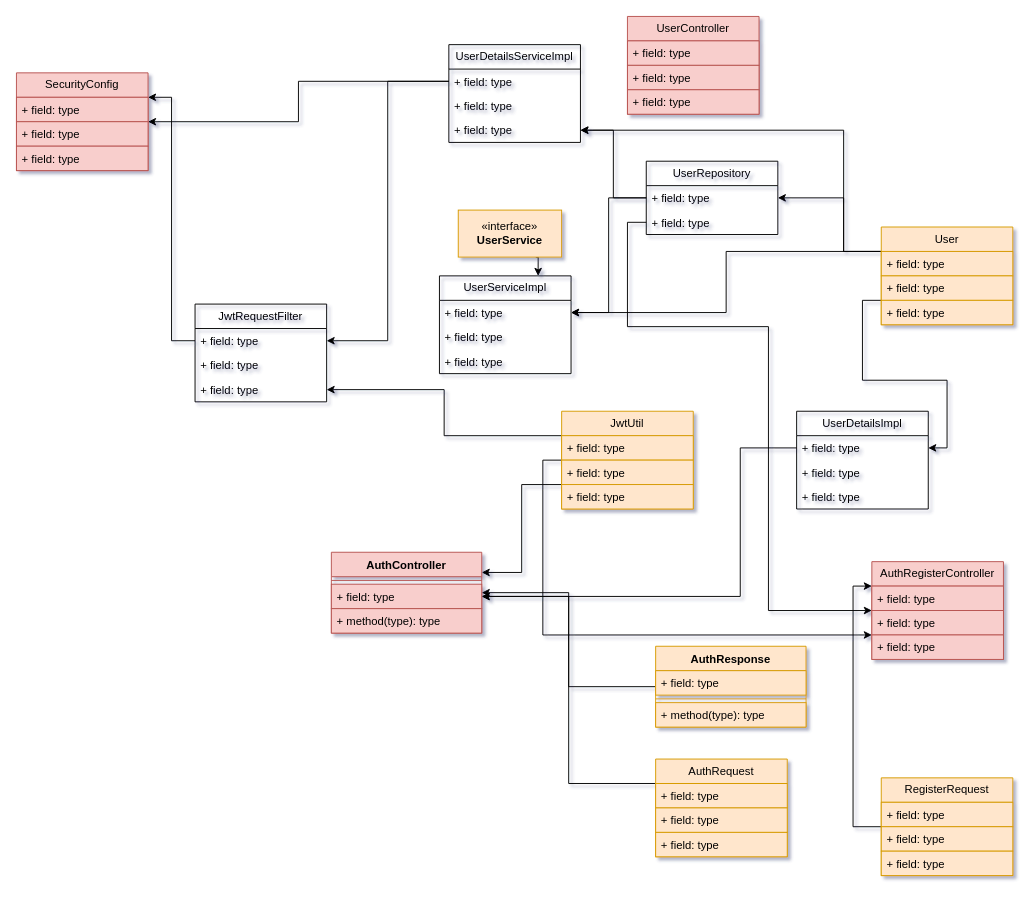
This is login-register-backend.drawio from andrechamelete/flow-management, a draw.io file, before an edit. Source tidied: cells renumbered, new cells numbered last; positions are measured from the earlier drawing's top-left corner, leaving out a move shared by most shapes. Both pictures are drawn from the tidied source at 94%, with x=0, y=0 at pixel (16, 16).
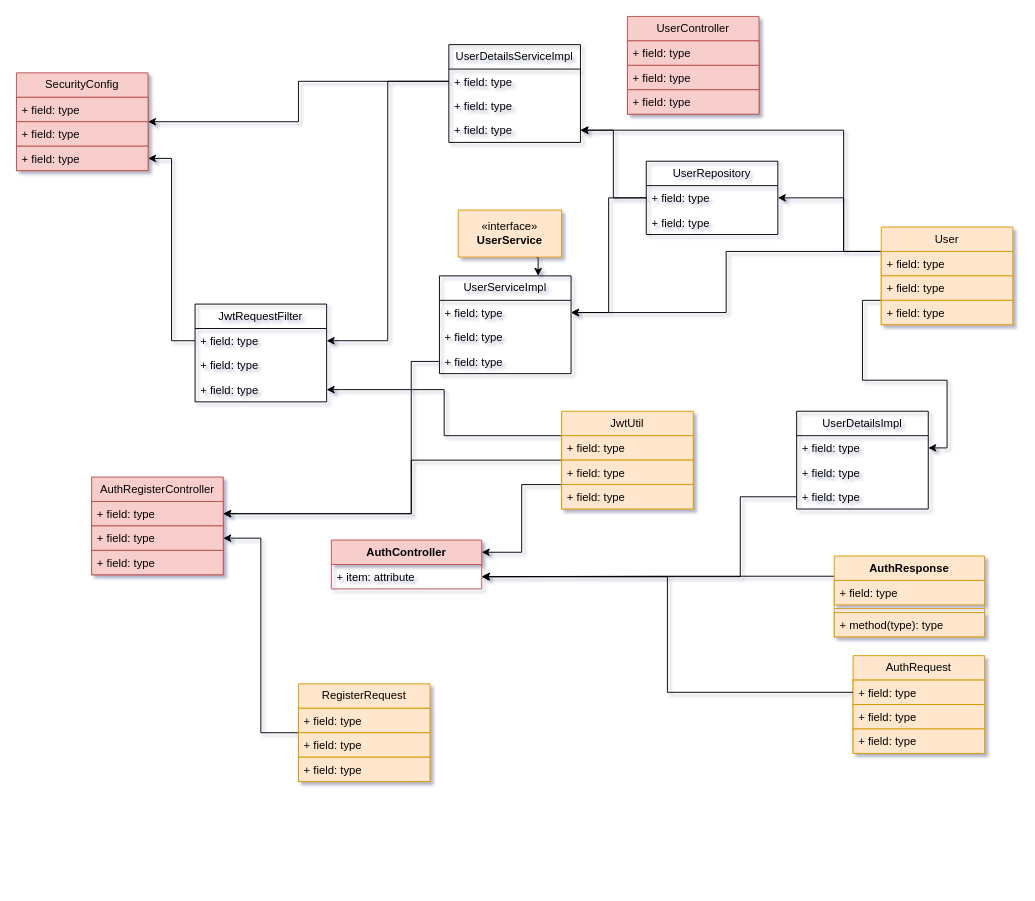
Above is the later version.

Commit message:
API schema

The change refers to these unchanged cells:
```xml
<mxCell id="6" value="SecurityConfig" style="swimlane;fontStyle=0;horizontal=1;startSize=26;fillColor=#f8cecc;whiteSpace=wrap;html=1;strokeColor=#b85450;" parent="1" vertex="1">
  <mxGeometry y="60" width="140" height="104" as="geometry" />
</mxCell>
<mxCell id="9" value="+ field: type" style="text;strokeColor=#b85450;fillColor=#f8cecc;align=left;verticalAlign=top;spacingLeft=4;spacingRight=4;overflow=hidden;points=[[0,0.5],[1,0.5]];portConstraint=eastwest;whiteSpace=wrap;html=1;" parent="6" vertex="1">
  <mxGeometry y="78" width="140" height="26" as="geometry" />
</mxCell>
<mxCell id="24" value="+ field: type" style="text;strokeColor=none;fillColor=none;align=left;verticalAlign=top;spacingLeft=4;spacingRight=4;overflow=hidden;points=[[0,0.5],[1,0.5]];portConstraint=eastwest;whiteSpace=wrap;html=1;" parent="22" vertex="1">
  <mxGeometry y="52" width="140" height="26" as="geometry" />
</mxCell>
<mxCell id="27" value="+ field: type" style="text;strokeColor=#d79b00;fillColor=#ffe6cc;align=left;verticalAlign=top;spacingLeft=4;spacingRight=4;overflow=hidden;points=[[0,0.5],[1,0.5]];portConstraint=eastwest;whiteSpace=wrap;html=1;" parent="26" vertex="1">
  <mxGeometry y="26" width="140" height="26" as="geometry" />
</mxCell>
<mxCell id="49" value="+ field: type" style="text;strokeColor=none;fillColor=none;align=left;verticalAlign=top;spacingLeft=4;spacingRight=4;overflow=hidden;points=[[0,0.5],[1,0.5]];portConstraint=eastwest;whiteSpace=wrap;html=1;" parent="46" vertex="1">
  <mxGeometry y="78" width="140" height="26" as="geometry" />
</mxCell>
<mxCell id="53" value="JwtUtil" style="swimlane;fontStyle=0;horizontal=1;startSize=26;fillColor=#ffe6cc;whiteSpace=wrap;html=1;strokeColor=#d79b00;" parent="1" vertex="1">
  <mxGeometry x="580" y="420" width="140" height="104" as="geometry" />
</mxCell>
<mxCell id="58" value="+ field: type" style="text;strokeColor=#b85450;fillColor=#f8cecc;align=left;verticalAlign=top;spacingLeft=4;spacingRight=4;overflow=hidden;points=[[0,0.5],[1,0.5]];portConstraint=eastwest;whiteSpace=wrap;html=1;" parent="57" vertex="1">
  <mxGeometry y="26" width="140" height="26" as="geometry" />
</mxCell>
<mxCell id="59" value="+ field: type" style="text;strokeColor=#b85450;fillColor=#f8cecc;align=left;verticalAlign=top;spacingLeft=4;spacingRight=4;overflow=hidden;points=[[0,0.5],[1,0.5]];portConstraint=eastwest;whiteSpace=wrap;html=1;" parent="57" vertex="1">
  <mxGeometry y="52" width="140" height="26" as="geometry" />
</mxCell>
<mxCell id="62" value="+ field: type" style="text;strokeColor=none;fillColor=none;align=left;verticalAlign=top;spacingLeft=4;spacingRight=4;overflow=hidden;points=[[0,0.5],[1,0.5]];portConstraint=eastwest;whiteSpace=wrap;html=1;" parent="61" vertex="1">
  <mxGeometry y="26" width="140" height="26" as="geometry" />
</mxCell>
<mxCell id="66" value="+ field: type" style="text;strokeColor=none;fillColor=none;align=left;verticalAlign=top;spacingLeft=4;spacingRight=4;overflow=hidden;points=[[0,0.5],[1,0.5]];portConstraint=eastwest;whiteSpace=wrap;html=1;" parent="65" vertex="1">
  <mxGeometry y="26" width="140" height="26" as="geometry" />
</mxCell>
<mxCell id="68" value="+ field: type" style="text;strokeColor=none;fillColor=none;align=left;verticalAlign=top;spacingLeft=4;spacingRight=4;overflow=hidden;points=[[0,0.5],[1,0.5]];portConstraint=eastwest;whiteSpace=wrap;html=1;" parent="65" vertex="1">
  <mxGeometry y="78" width="140" height="26" as="geometry" />
</mxCell>
```

The edit, as a diff of the source:
```diff
@@
     <mxCell id="2" value="AuthController" style="swimlane;fontStyle=1;align=center;verticalAlign=top;horizontal=1;startSize=26;whiteSpace=wrap;html=1;fillColor=#f8cecc;strokeColor=#b85450;" parent="1" vertex="1">
-      <mxGeometry x="335" y="570" width="160" height="86" as="geometry" />
+      <mxGeometry x="335" y="557" width="160" height="52" as="geometry" />
     </mxCell>
-    <mxCell id="3" style="line;strokeWidth=1;fillColor=#f8cecc;align=left;verticalAlign=middle;spacingTop=-1;spacingLeft=3;spacingRight=3;labelPosition=right;strokeColor=#b85450;" parent="2" vertex="1">
-      <mxGeometry y="26" width="160" height="8" as="geometry" />
-    </mxCell>
-    <mxCell id="4" value="+ field: type" style="text;strokeColor=#b85450;fillColor=#f8cecc;align=left;verticalAlign=top;spacingLeft=4;spacingRight=4;overflow=hidden;points=[[0,0.5],[1,0.5]];portConstraint=eastwest;whiteSpace=wrap;html=1;" parent="2" vertex="1">
-      <mxGeometry y="34" width="160" height="26" as="geometry" />
-    </mxCell>
-    <mxCell id="5" value="+ method(type): type" style="text;strokeColor=#b85450;fillColor=#f8cecc;align=left;verticalAlign=top;spacingLeft=4;spacingRight=4;overflow=hidden;whiteSpace=wrap;html=1;" parent="2" vertex="1">
-      <mxGeometry y="60" width="160" height="26" as="geometry" />
-    </mxCell>
+    <mxCell id="76" value="+ item: attribute" style="text;strokeColor=none;fillColor=none;align=left;verticalAlign=top;spacingLeft=4;spacingRight=4;overflow=hidden;points=[[0,0.5],[1,0.5]];portConstraint=eastwest;whiteSpace=wrap;html=1;" parent="2" vertex="1">
+      <mxGeometry y="26" width="160" height="26" as="geometry" />
+    </mxCell>
@@
-    <mxCell id="25" style="edgeStyle=orthogonalEdgeStyle;rounded=0;jettySize=auto;html=1;exitX=0;exitY=0.25;exitDx=0;exitDy=0;entryX=1;entryY=0.5;entryDx=0;entryDy=0;" parent="1" edge="1" source="26" target="2">
-      <mxGeometry relative="1" as="geometry" />
-    </mxCell>
     <mxCell id="26" value="AuthRequest" style="swimlane;fontStyle=0;horizontal=1;startSize=26;fillColor=#ffe6cc;whiteSpace=wrap;html=1;strokeColor=#d79b00;" parent="1" vertex="1">
-      <mxGeometry x="680" y="790" width="140" height="104" as="geometry" />
+      <mxGeometry x="890" y="680" width="140" height="104" as="geometry" />
     </mxCell>
@@
-    <mxCell id="30" style="edgeStyle=orthogonalEdgeStyle;rounded=0;jettySize=auto;html=1;exitX=0;exitY=0.5;exitDx=0;exitDy=0;entryX=1;entryY=0.5;entryDx=0;entryDy=0;" parent="1" edge="1" source="31" target="4">
-      <mxGeometry relative="1" as="geometry" />
-    </mxCell>
+    <mxCell id="77" style="edgeStyle=orthogonalEdgeStyle;rounded=0;jettySize=auto;html=1;exitX=0;exitY=0.25;exitDx=0;exitDy=0;entryX=1;entryY=0.5;entryDx=0;entryDy=0;" parent="1" edge="1" source="31" target="76">
+      <mxGeometry relative="1" as="geometry" />
+    </mxCell>
     <mxCell id="31" value="AuthResponse" style="swimlane;fontStyle=1;align=center;verticalAlign=top;horizontal=1;startSize=26;whiteSpace=wrap;html=1;fillColor=#ffe6cc;strokeColor=#d79b00;" parent="1" vertex="1">
-      <mxGeometry x="680" y="670" width="160" height="86" as="geometry" />
+      <mxGeometry x="870" y="574" width="160" height="86" as="geometry" />
     </mxCell>
@@
-    <mxCell id="35" style="edgeStyle=orthogonalEdgeStyle;rounded=0;jettySize=auto;html=1;exitX=0;exitY=0.5;exitDx=0;exitDy=0;entryX=0;entryY=0.25;entryDx=0;entryDy=0;" parent="1" edge="1" source="36" target="57">
-      <mxGeometry relative="1" as="geometry" />
-    </mxCell>
+    <mxCell id="78" style="edgeStyle=orthogonalEdgeStyle;rounded=0;jettySize=auto;html=1;exitX=0;exitY=0.5;exitDx=0;exitDy=0;entryX=1;entryY=0.5;entryDx=0;entryDy=0;" parent="1" edge="1" source="36" target="59">
+      <mxGeometry relative="1" as="geometry" />
+    </mxCell>
     <mxCell id="36" value="RegisterRequest" style="swimlane;fontStyle=0;horizontal=1;startSize=26;fillColor=#ffe6cc;whiteSpace=wrap;html=1;strokeColor=#d79b00;" parent="1" vertex="1">
-      <mxGeometry x="920" y="810" width="140" height="104" as="geometry" />
+      <mxGeometry x="300" y="710" width="140" height="104" as="geometry" />
     </mxCell>
@@
-    <mxCell id="52" style="edgeStyle=orthogonalEdgeStyle;rounded=0;jettySize=auto;html=1;exitX=0;exitY=0.5;exitDx=0;exitDy=0;entryX=0;entryY=0.75;entryDx=0;entryDy=0;" parent="1" edge="1" source="53" target="57">
-      <mxGeometry relative="1" as="geometry" />
-    </mxCell>
+    <mxCell id="79" style="edgeStyle=orthogonalEdgeStyle;rounded=0;jettySize=auto;html=1;exitX=0;exitY=0.5;exitDx=0;exitDy=0;entryX=1;entryY=0.5;entryDx=0;entryDy=0;" parent="1" edge="1" source="53" target="58">
+      <mxGeometry relative="1" as="geometry">
+        <Array as="points">
+          <mxPoint x="420" y="472" />
+          <mxPoint x="420" y="529" />
+        </Array>
+      </mxGeometry>
+    </mxCell>
@@
     <mxCell id="57" value="AuthRegisterController" style="swimlane;fontStyle=0;horizontal=1;startSize=26;fillColor=#f8cecc;whiteSpace=wrap;html=1;strokeColor=#b85450;" parent="1" vertex="1">
-      <mxGeometry x="910" y="580" width="140" height="104" as="geometry" />
+      <mxGeometry x="80" y="490" width="140" height="104" as="geometry" />
     </mxCell>
@@
-    <mxCell id="69" style="edgeStyle=orthogonalEdgeStyle;rounded=0;jettySize=auto;html=1;exitX=0;exitY=0.5;exitDx=0;exitDy=0;entryX=1;entryY=0.25;entryDx=0;entryDy=0;" parent="1" edge="1" source="62" target="6">
-      <mxGeometry relative="1" as="geometry" />
-    </mxCell>
@@
-    <mxCell id="74" style="edgeStyle=orthogonalEdgeStyle;rounded=0;jettySize=auto;html=1;exitX=0;exitY=0.5;exitDx=0;exitDy=0;entryX=1;entryY=0.5;entryDx=0;entryDy=0;" parent="1" edge="1" source="66" target="4">
-      <mxGeometry relative="1" as="geometry">
-        <Array as="points">
-          <mxPoint x="770" y="459" />
-          <mxPoint x="770" y="617" />
-        </Array>
-      </mxGeometry>
-    </mxCell>
-    <mxCell id="75" style="edgeStyle=orthogonalEdgeStyle;rounded=0;jettySize=auto;html=1;exitX=0;exitY=0.5;exitDx=0;exitDy=0;entryX=0;entryY=0.5;entryDx=0;entryDy=0;" parent="1" edge="1" source="24" target="57">
-      <mxGeometry relative="1" as="geometry">
-        <Array as="points">
-          <mxPoint x="650" y="219" />
-          <mxPoint x="650" y="330" />
-          <mxPoint x="800" y="330" />
-          <mxPoint x="800" y="632" />
-        </Array>
-      </mxGeometry>
-    </mxCell>
+    <mxCell id="80" style="edgeStyle=orthogonalEdgeStyle;rounded=0;jettySize=auto;html=1;exitX=0;exitY=0.5;exitDx=0;exitDy=0;entryX=1;entryY=0.5;entryDx=0;entryDy=0;" parent="1" edge="1" source="49" target="58">
+      <mxGeometry relative="1" as="geometry">
+        <Array as="points">
+          <mxPoint x="420" y="367" />
+          <mxPoint x="420" y="529" />
+        </Array>
+      </mxGeometry>
+    </mxCell>
+    <mxCell id="81" style="edgeStyle=orthogonalEdgeStyle;rounded=0;jettySize=auto;html=1;exitX=0;exitY=0.5;exitDx=0;exitDy=0;entryX=1;entryY=0.5;entryDx=0;entryDy=0;" parent="1" edge="1" source="68" target="76">
+      <mxGeometry relative="1" as="geometry">
+        <Array as="points">
+          <mxPoint x="770" y="511" />
+          <mxPoint x="770" y="596" />
+        </Array>
+      </mxGeometry>
+    </mxCell>
+    <mxCell id="82" style="edgeStyle=orthogonalEdgeStyle;rounded=0;jettySize=auto;html=1;exitX=0;exitY=0.5;exitDx=0;exitDy=0;entryX=1;entryY=0.5;entryDx=0;entryDy=0;" parent="1" edge="1" source="27" target="76">
+      <mxGeometry relative="1" as="geometry" />
+    </mxCell>
+    <mxCell id="83" style="edgeStyle=orthogonalEdgeStyle;rounded=0;jettySize=auto;html=1;exitX=0;exitY=0.5;exitDx=0;exitDy=0;entryX=1;entryY=0.5;entryDx=0;entryDy=0;" parent="1" edge="1" source="62" target="9">
+      <mxGeometry relative="1" as="geometry" />
+    </mxCell>
```
